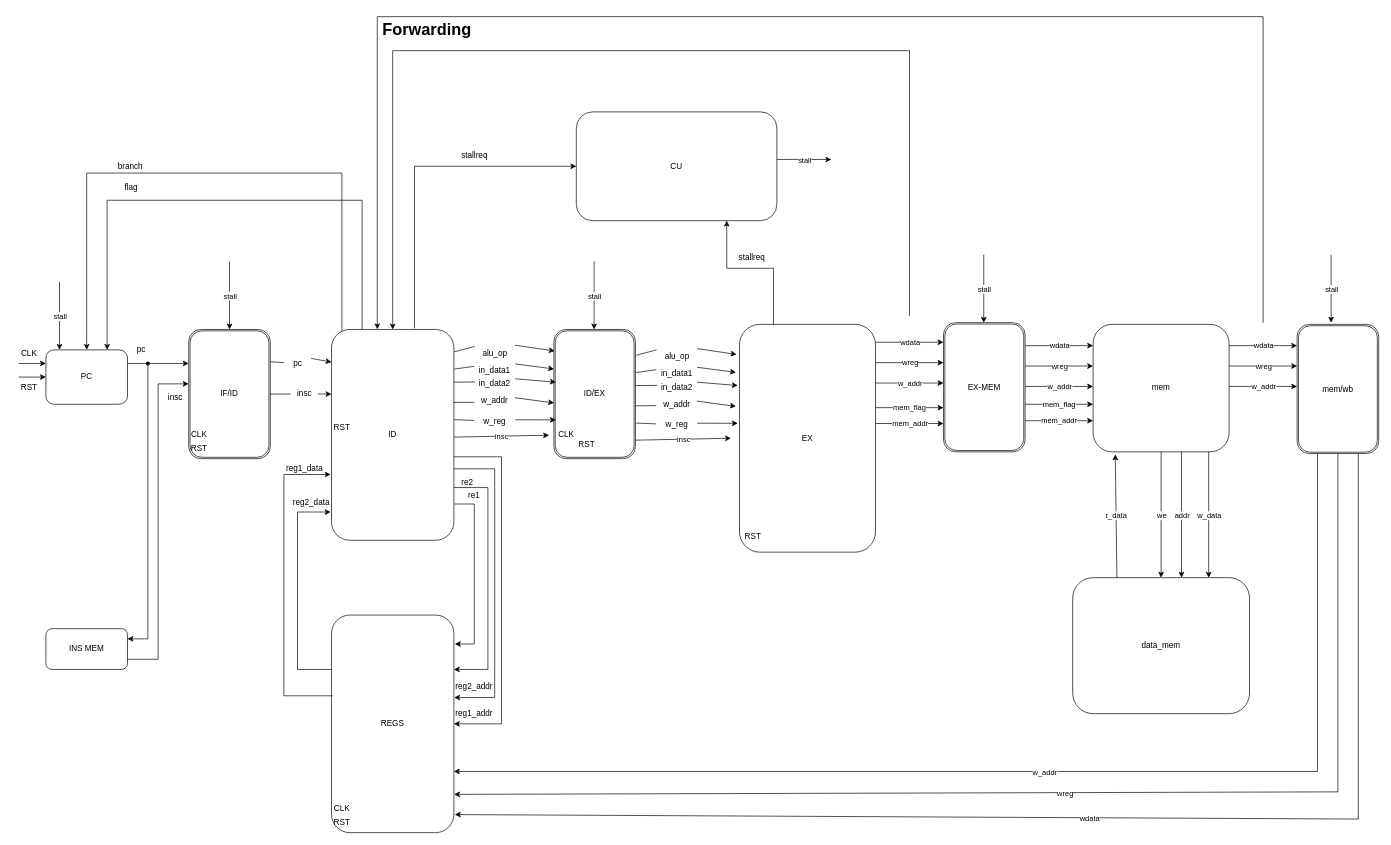
This is 数据通路图.drawio from davi-wang/cpu-labs, a draw.io file, before an edit. Source tidied: cells renumbered, new cells numbered last; positions are measured from the earlier drawing's top-left corner, leaving out a move shared by most shapes. Both pictures are drawn from the tidied source at 68%, with x=0, y=0 at pixel (12, -4).
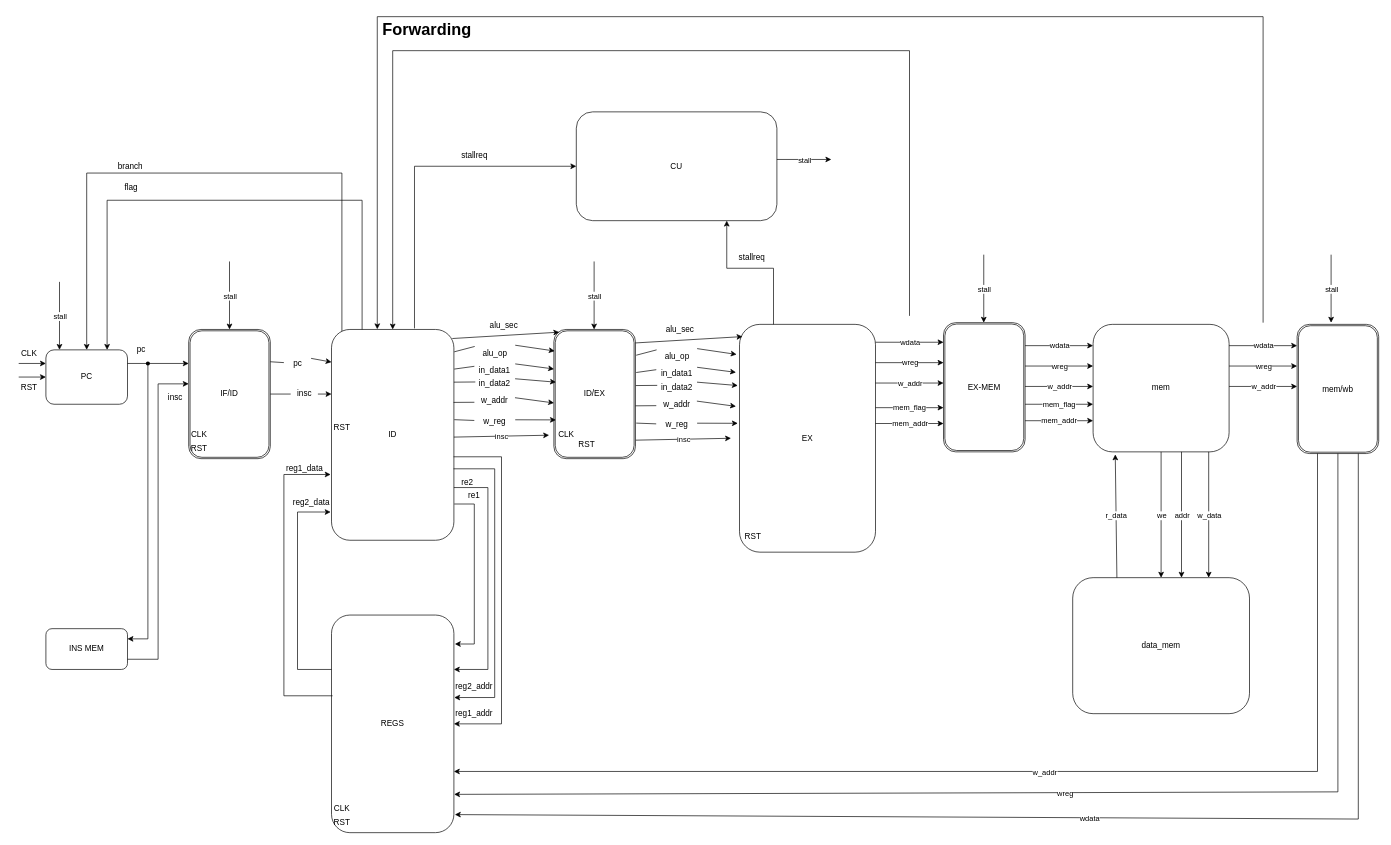
Above is the later version.

Unchanged cells that the change refers to:
```xml
<mxCell id="17" value="ID" style="rounded=1;whiteSpace=wrap;html=1;" parent="1" vertex="1">
  <mxGeometry x="470" y="490" width="180" height="310" as="geometry" />
</mxCell>
<mxCell id="21" value="ID/EX" style="shape=ext;double=1;rounded=1;whiteSpace=wrap;html=1;" parent="1" vertex="1">
  <mxGeometry x="797" y="490" width="120" height="190" as="geometry" />
</mxCell>
```

Change to the diagram source:
```diff
@@
+    <mxCell id="144" style="endArrow=classic;html=1;exitX=0.987;exitY=0.043;exitDx=0;exitDy=0;exitPerimeter=0;entryX=0.066;entryY=0.021;entryDx=0;entryDy=0;entryPerimeter=0;" parent="1" edge="1" source="17" target="21">
+      <mxGeometry relative="1" as="geometry" />
+    </mxCell>
+    <mxCell id="145" value="alu_sec" style="text;html=1;align=left;verticalAlign=top;spacingTop=-4;" parent="1" vertex="1">
+      <mxGeometry x="701" y="475" width="60" height="20" as="geometry" />
+    </mxCell>
+    <mxCell id="146" value="alu_sec" style="text;html=1;align=left;verticalAlign=top;spacingTop=-4;" parent="1" vertex="1">
+      <mxGeometry x="960" y="480" width="60" height="20" as="geometry" />
+    </mxCell>
+    <mxCell id="147" style="endArrow=classic;html=1;exitX=0.987;exitY=0.043;exitDx=0;exitDy=0;exitPerimeter=0;entryX=0.066;entryY=0.021;entryDx=0;entryDy=0;entryPerimeter=0;" parent="1" edge="1">
+      <mxGeometry relative="1" as="geometry">
+        <mxPoint x="917.2" y="509.8" as="sourcePoint" />
+        <mxPoint x="1074.4" y="500.5" as="targetPoint" />
+      </mxGeometry>
+    </mxCell>
```
